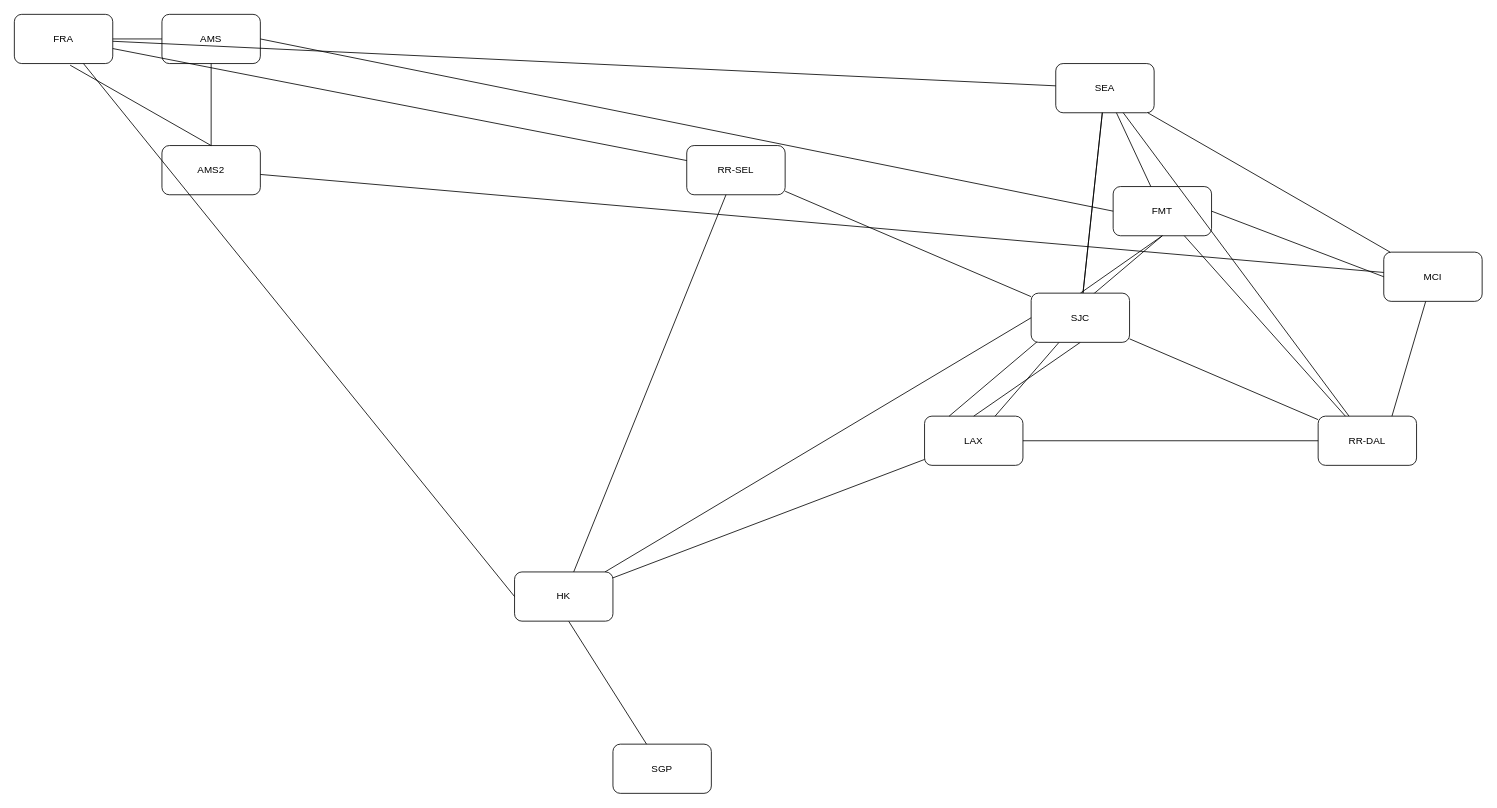
Earlier version of the draw.io diagram AS199605.drawio (JSMSR/JSMSR). Source tidied: cells renumbered, new cells numbered last; positions are measured from the earlier drawing's top-left corner, leaving out a move shared by most shapes. Both pictures are drawn from the tidied source at 82%, with x=0, y=0 at pixel (14, 14).
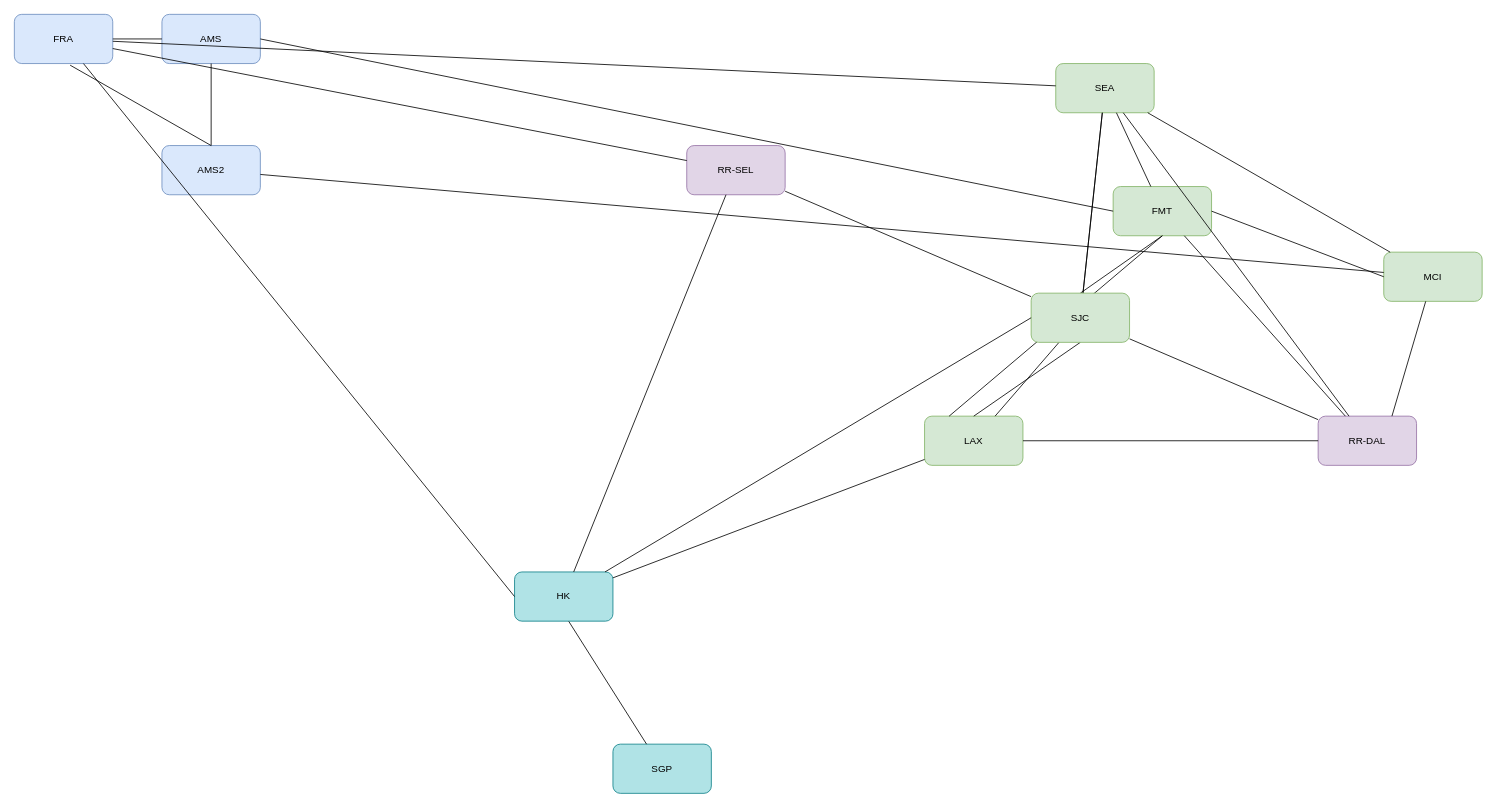
The same page after the edit.

Diff of the diagram source:
```diff
@@
-    <mxCell id="2" value="FRA" style="rounded=1;whiteSpace=wrap;html=1;" parent="1" vertex="1">
+    <mxCell id="2" value="FRA" style="rounded=1;whiteSpace=wrap;html=1;fillColor=#dae8fc;strokeColor=#6c8ebf;" parent="1" vertex="1">
       <mxGeometry width="120" height="60" as="geometry" />
     </mxCell>
-    <mxCell id="3" value="AMS" style="rounded=1;whiteSpace=wrap;html=1;" parent="1" vertex="1">
+    <mxCell id="3" value="AMS" style="rounded=1;whiteSpace=wrap;html=1;fillColor=#dae8fc;strokeColor=#6c8ebf;" parent="1" vertex="1">
       <mxGeometry x="180" width="120" height="60" as="geometry" />
     </mxCell>
-    <mxCell id="4" value="AMS2" style="rounded=1;whiteSpace=wrap;html=1;" parent="1" vertex="1">
+    <mxCell id="4" value="AMS2" style="rounded=1;whiteSpace=wrap;html=1;fillColor=#dae8fc;strokeColor=#6c8ebf;" parent="1" vertex="1">
       <mxGeometry x="180" y="160" width="120" height="60" as="geometry" />
     </mxCell>
@@
-    <mxCell id="8" value="FMT" style="rounded=1;whiteSpace=wrap;html=1;" parent="1" vertex="1">
+    <mxCell id="8" value="FMT" style="rounded=1;whiteSpace=wrap;html=1;fillColor=#d5e8d4;strokeColor=#82b366;" parent="1" vertex="1">
       <mxGeometry x="1340" y="210" width="120" height="60" as="geometry" />
     </mxCell>
-    <mxCell id="9" value="MCI" style="rounded=1;whiteSpace=wrap;html=1;" parent="1" vertex="1">
+    <mxCell id="9" value="MCI" style="rounded=1;whiteSpace=wrap;html=1;fillColor=#d5e8d4;strokeColor=#82b366;" parent="1" vertex="1">
       <mxGeometry x="1670" y="290" width="120" height="60" as="geometry" />
     </mxCell>
-    <mxCell id="10" value="SEA" style="rounded=1;whiteSpace=wrap;html=1;" parent="1" vertex="1">
+    <mxCell id="10" value="SEA" style="rounded=1;whiteSpace=wrap;html=1;fillColor=#d5e8d4;strokeColor=#82b366;" parent="1" vertex="1">
       <mxGeometry x="1270" y="60" width="120" height="60" as="geometry" />
     </mxCell>
-    <mxCell id="11" value="LAX" style="rounded=1;whiteSpace=wrap;html=1;" parent="1" vertex="1">
+    <mxCell id="11" value="LAX" style="rounded=1;whiteSpace=wrap;html=1;fillColor=#d5e8d4;strokeColor=#82b366;" parent="1" vertex="1">
       <mxGeometry x="1110" y="490" width="120" height="60" as="geometry" />
     </mxCell>
-    <mxCell id="12" value="RR-DAL" style="rounded=1;whiteSpace=wrap;html=1;" parent="1" vertex="1">
+    <mxCell id="12" value="RR-DAL" style="rounded=1;whiteSpace=wrap;html=1;fillColor=#e1d5e7;strokeColor=#9673a6;" parent="1" vertex="1">
       <mxGeometry x="1590" y="490" width="120" height="60" as="geometry" />
     </mxCell>
@@
-    <mxCell id="22" value="RR-SEL" style="rounded=1;whiteSpace=wrap;html=1;" parent="1" vertex="1">
+    <mxCell id="22" value="RR-SEL" style="rounded=1;whiteSpace=wrap;html=1;fillColor=#e1d5e7;strokeColor=#9673a6;" parent="1" vertex="1">
       <mxGeometry x="820" y="160" width="120" height="60" as="geometry" />
     </mxCell>
@@
-    <mxCell id="33" value="SJC" style="rounded=1;whiteSpace=wrap;html=1;" parent="1" vertex="1">
+    <mxCell id="33" value="SJC" style="rounded=1;whiteSpace=wrap;html=1;fillColor=#d5e8d4;strokeColor=#82b366;" parent="1" vertex="1">
       <mxGeometry x="1240" y="340" width="120" height="60" as="geometry" />
     </mxCell>
-    <mxCell id="34" value="&lt;div&gt;HK&lt;/div&gt;" style="rounded=1;whiteSpace=wrap;html=1;" parent="1" vertex="1">
+    <mxCell id="34" value="&lt;div&gt;HK&lt;/div&gt;" style="rounded=1;whiteSpace=wrap;html=1;fillColor=#b0e3e6;strokeColor=#0e8088;" parent="1" vertex="1">
       <mxGeometry x="610" y="680" width="120" height="60" as="geometry" />
     </mxCell>
-    <mxCell id="35" value="SGP" style="rounded=1;whiteSpace=wrap;html=1;" parent="1" vertex="1">
+    <mxCell id="35" value="SGP" style="rounded=1;whiteSpace=wrap;html=1;fillColor=#b0e3e6;strokeColor=#0e8088;" parent="1" vertex="1">
       <mxGeometry x="730" y="890" width="120" height="60" as="geometry" />
     </mxCell>
@@
-    <mxCell id="40" style="endArrow=none;html=1;rounded=0;exitX=0;exitY=0.5;exitDx=0;exitDy=0;" parent="1" edge="1" source="34" target="2">
+    <mxCell id="40" style="endArrow=none;html=1;rounded=1;exitX=0;exitY=0.5;exitDx=0;exitDy=0;strokeColor=default;" parent="1" edge="1" source="34" target="2">
       <mxGeometry relative="1" as="geometry" />
     </mxCell>
```
